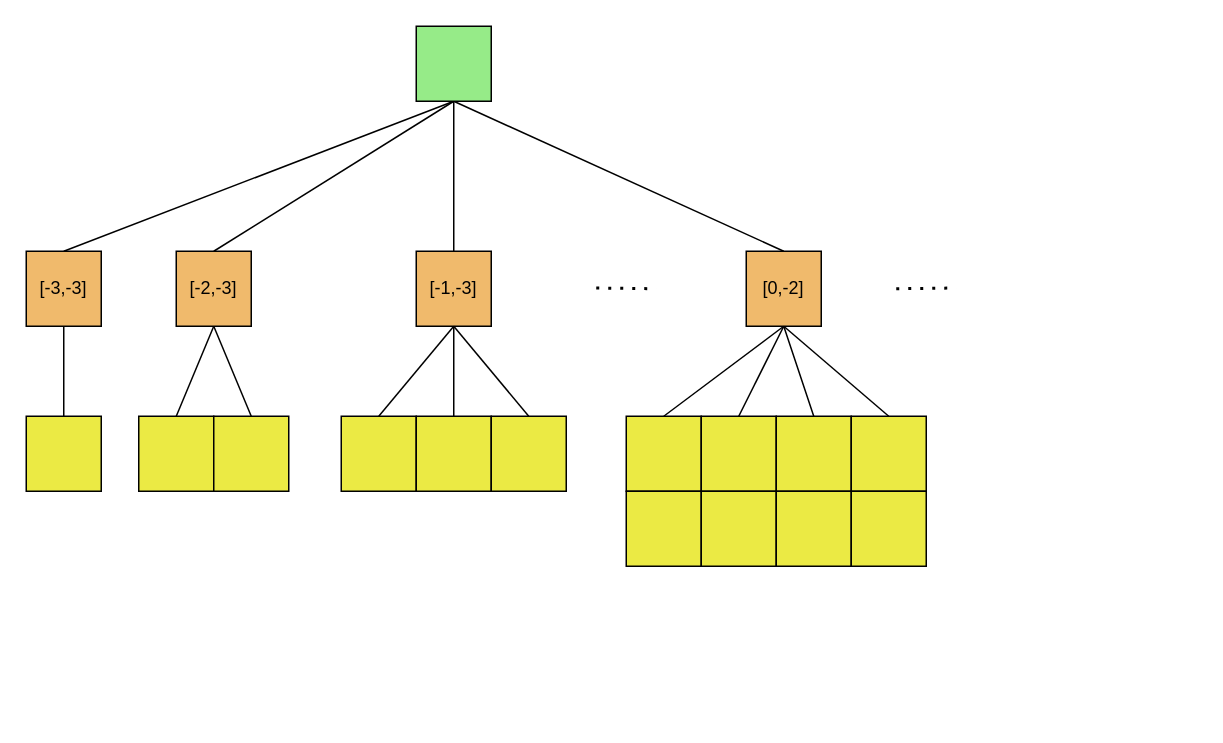
Earlier version of the draw.io diagram page "Tasks" (2 of 27) of en/img/overlap.drawio (MK4H/DPText). Source tidied: cells renumbered, new cells numbered last; positions are measured from the earlier drawing's top-left corner, leaving out a move shared by most shapes. Both pictures are drawn from the tidied source at 150%, with x=0, y=0 at pixel (26, 26).
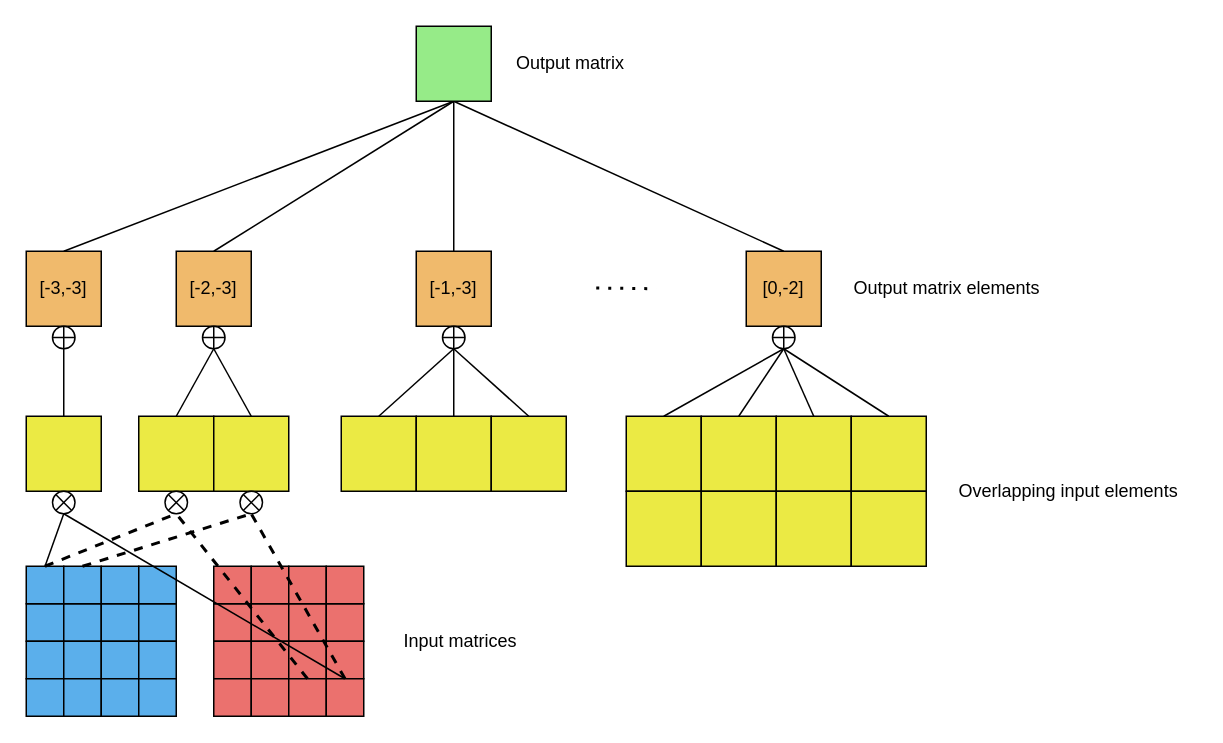
The same diagram, later.

Unchanged cells that the change refers to:
```xml
<mxCell id="2" value="[-3,-3]" style="rounded=0;whiteSpace=wrap;html=1;fillColor=#F0BA6C;" parent="1" vertex="1">
  <mxGeometry y="150" width="50" height="50" as="geometry" />
</mxCell>
<mxCell id="3" value="[-2,-3]" style="rounded=0;whiteSpace=wrap;html=1;fillColor=#F0BA6C;" parent="1" vertex="1">
  <mxGeometry x="100" y="150" width="50" height="50" as="geometry" />
</mxCell>
<mxCell id="4" value="[-1,-3]" style="rounded=0;whiteSpace=wrap;html=1;fillColor=#F0BA6C;" parent="1" vertex="1">
  <mxGeometry x="260" y="150" width="50" height="50" as="geometry" />
</mxCell>
<mxCell id="5" value="[0,-2]" style="rounded=0;whiteSpace=wrap;html=1;fillColor=#F0BA6C;" parent="1" vertex="1">
  <mxGeometry x="480" y="150" width="50" height="50" as="geometry" />
</mxCell>
<mxCell id="6" style="rounded=0;whiteSpace=wrap;html=1;fillColor=#EBEA44;" parent="1" vertex="1">
  <mxGeometry y="260" width="50" height="50" as="geometry" />
</mxCell>
<mxCell id="7" style="rounded=0;whiteSpace=wrap;html=1;fillColor=#EBEA44;" parent="1" vertex="1">
  <mxGeometry x="75" y="260" width="50" height="50" as="geometry" />
</mxCell>
<mxCell id="8" style="rounded=0;whiteSpace=wrap;html=1;fillColor=#EBEA44;" parent="1" vertex="1">
  <mxGeometry x="125" y="260" width="50" height="50" as="geometry" />
</mxCell>
<mxCell id="9" style="rounded=0;whiteSpace=wrap;html=1;fillColor=#EBEA44;" parent="1" vertex="1">
  <mxGeometry x="210" y="260" width="50" height="50" as="geometry" />
</mxCell>
<mxCell id="10" style="rounded=0;whiteSpace=wrap;html=1;fillColor=#EBEA44;" parent="1" vertex="1">
  <mxGeometry x="260" y="260" width="50" height="50" as="geometry" />
</mxCell>
<mxCell id="11" style="rounded=0;whiteSpace=wrap;html=1;fillColor=#EBEA44;" parent="1" vertex="1">
  <mxGeometry x="310" y="260" width="50" height="50" as="geometry" />
</mxCell>
<mxCell id="12" style="rounded=0;whiteSpace=wrap;html=1;fillColor=#EBEA44;" parent="1" vertex="1">
  <mxGeometry x="400" y="260" width="50" height="50" as="geometry" />
</mxCell>
<mxCell id="13" style="rounded=0;whiteSpace=wrap;html=1;fillColor=#EBEA44;" parent="1" vertex="1">
  <mxGeometry x="450" y="260" width="50" height="50" as="geometry" />
</mxCell>
<mxCell id="14" style="rounded=0;whiteSpace=wrap;html=1;fillColor=#EBEA44;" parent="1" vertex="1">
  <mxGeometry x="500" y="260" width="50" height="50" as="geometry" />
</mxCell>
<mxCell id="15" style="rounded=0;whiteSpace=wrap;html=1;fillColor=#EBEA44;" parent="1" vertex="1">
  <mxGeometry x="550" y="260" width="50" height="50" as="geometry" />
</mxCell>
```

Diff of the diagram source:
```diff
@@
-    <mxCell id="24" style="endArrow=none;html=1;rounded=0;exitX=0.5;exitY=0;exitDx=0;exitDy=0;entryX=0.5;entryY=1;entryDx=0;entryDy=0;" parent="1" edge="1" source="6" target="2">
+    <mxCell id="24" style="endArrow=none;html=1;rounded=0;exitX=0.5;exitY=0;exitDx=0;exitDy=0;entryX=0.5;entryY=1;entryDx=0;entryDy=0;" parent="1" edge="1" source="6" target="37">
       <mxGeometry relative="1" as="geometry" />
     </mxCell>
-    <mxCell id="25" style="endArrow=none;html=1;rounded=0;exitX=0.5;exitY=0;exitDx=0;exitDy=0;entryX=0.5;entryY=1;entryDx=0;entryDy=0;" parent="1" edge="1" source="7" target="3">
+    <mxCell id="25" style="endArrow=none;html=1;rounded=0;exitX=0.5;exitY=0;exitDx=0;exitDy=0;entryX=0.5;entryY=1;entryDx=0;entryDy=0;" parent="1" edge="1" source="7" target="38">
       <mxGeometry relative="1" as="geometry" />
     </mxCell>
-    <mxCell id="26" style="endArrow=none;html=1;rounded=0;exitX=0.5;exitY=0;exitDx=0;exitDy=0;entryX=0.5;entryY=1;entryDx=0;entryDy=0;" parent="1" edge="1" source="8" target="3">
+    <mxCell id="26" style="endArrow=none;html=1;rounded=0;exitX=0.5;exitY=0;exitDx=0;exitDy=0;entryX=0.5;entryY=1;entryDx=0;entryDy=0;" parent="1" edge="1" source="8" target="38">
       <mxGeometry relative="1" as="geometry" />
     </mxCell>
-    <mxCell id="27" style="endArrow=none;html=1;rounded=0;exitX=0.5;exitY=0;exitDx=0;exitDy=0;entryX=0.5;entryY=1;entryDx=0;entryDy=0;" parent="1" edge="1" source="9" target="4">
+    <mxCell id="27" style="endArrow=none;html=1;rounded=0;exitX=0.5;exitY=0;exitDx=0;exitDy=0;entryX=0.5;entryY=1;entryDx=0;entryDy=0;" parent="1" edge="1" source="9" target="39">
       <mxGeometry relative="1" as="geometry" />
     </mxCell>
-    <mxCell id="28" style="endArrow=none;html=1;rounded=0;exitX=0.5;exitY=0;exitDx=0;exitDy=0;entryX=0.5;entryY=1;entryDx=0;entryDy=0;" parent="1" edge="1" source="10" target="4">
+    <mxCell id="28" style="endArrow=none;html=1;rounded=0;exitX=0.5;exitY=0;exitDx=0;exitDy=0;entryX=0.5;entryY=1;entryDx=0;entryDy=0;" parent="1" edge="1" source="10" target="39">
       <mxGeometry relative="1" as="geometry" />
     </mxCell>
-    <mxCell id="29" style="endArrow=none;html=1;rounded=0;exitX=0.5;exitY=0;exitDx=0;exitDy=0;entryX=0.5;entryY=1;entryDx=0;entryDy=0;" parent="1" edge="1" source="11" target="4">
+    <mxCell id="29" style="endArrow=none;html=1;rounded=0;exitX=0.5;exitY=0;exitDx=0;exitDy=0;entryX=0.5;entryY=1;entryDx=0;entryDy=0;" parent="1" edge="1" source="11" target="39">
       <mxGeometry relative="1" as="geometry" />
     </mxCell>
-    <mxCell id="30" style="endArrow=none;html=1;rounded=0;exitX=0.5;exitY=0;exitDx=0;exitDy=0;entryX=0.5;entryY=1;entryDx=0;entryDy=0;" parent="1" edge="1" source="12" target="5">
+    <mxCell id="30" style="endArrow=none;html=1;rounded=0;exitX=0.5;exitY=0;exitDx=0;exitDy=0;entryX=0.5;entryY=1;entryDx=0;entryDy=0;" parent="1" edge="1" source="12" target="40">
       <mxGeometry relative="1" as="geometry" />
     </mxCell>
-    <mxCell id="31" style="endArrow=none;html=1;rounded=0;exitX=0.5;exitY=0;exitDx=0;exitDy=0;entryX=0.5;entryY=1;entryDx=0;entryDy=0;" parent="1" edge="1" source="13" target="5">
+    <mxCell id="31" style="endArrow=none;html=1;rounded=0;exitX=0.5;exitY=0;exitDx=0;exitDy=0;entryX=0.5;entryY=1;entryDx=0;entryDy=0;" parent="1" edge="1" source="13" target="40">
       <mxGeometry relative="1" as="geometry" />
     </mxCell>
-    <mxCell id="32" style="endArrow=none;html=1;rounded=0;exitX=0.5;exitY=0;exitDx=0;exitDy=0;entryX=0.5;entryY=1;entryDx=0;entryDy=0;" parent="1" edge="1" source="14" target="5">
+    <mxCell id="32" style="endArrow=none;html=1;rounded=0;exitX=0.5;exitY=0;exitDx=0;exitDy=0;entryX=0.5;entryY=1;entryDx=0;entryDy=0;" parent="1" edge="1" source="14" target="40">
       <mxGeometry relative="1" as="geometry" />
     </mxCell>
-    <mxCell id="33" style="endArrow=none;html=1;rounded=0;exitX=0.5;exitY=0;exitDx=0;exitDy=0;entryX=0.5;entryY=1;entryDx=0;entryDy=0;" parent="1" edge="1" source="15" target="5">
+    <mxCell id="33" style="endArrow=none;html=1;rounded=0;exitX=0.5;exitY=0;exitDx=0;exitDy=0;entryX=0.5;entryY=1;entryDx=0;entryDy=0;" parent="1" edge="1" source="15" target="40">
       <mxGeometry relative="1" as="geometry" />
     </mxCell>
@@
-    <mxCell id="35" style="endArrow=none;dashed=1;html=1;dashPattern=1 3;strokeWidth=2;rounded=0;" parent="1" edge="1">
-      <mxGeometry relative="1" as="geometry">
-        <mxPoint x="580" y="175" as="sourcePoint" />
-        <mxPoint x="620" y="174.5" as="targetPoint" />
-      </mxGeometry>
-    </mxCell>
@@
+    <mxCell id="37" style="shape=orEllipse;perimeter=ellipsePerimeter;whiteSpace=wrap;html=1;backgroundOutline=1;" parent="1" vertex="1">
+      <mxGeometry x="17.5" y="200" width="15" height="15" as="geometry" />
+    </mxCell>
+    <mxCell id="38" style="shape=orEllipse;perimeter=ellipsePerimeter;whiteSpace=wrap;html=1;backgroundOutline=1;" parent="1" vertex="1">
+      <mxGeometry x="117.5" y="200" width="15" height="15" as="geometry" />
+    </mxCell>
+    <mxCell id="39" style="shape=orEllipse;perimeter=ellipsePerimeter;whiteSpace=wrap;html=1;backgroundOutline=1;" parent="1" vertex="1">
+      <mxGeometry x="277.5" y="200" width="15" height="15" as="geometry" />
+    </mxCell>
+    <mxCell id="40" style="shape=orEllipse;perimeter=ellipsePerimeter;whiteSpace=wrap;html=1;backgroundOutline=1;" parent="1" vertex="1">
+      <mxGeometry x="497.5" y="200" width="15" height="15" as="geometry" />
+    </mxCell>
+    <mxCell id="41" style="group;" parent="1" vertex="1">
+      <mxGeometry x="125" y="360" width="100" height="100" as="geometry" />
+    </mxCell>
+    <mxCell id="42" style="rounded=0;whiteSpace=wrap;html=1;fillColor=#EB716E;" parent="41" vertex="1">
+      <mxGeometry y="25" width="25" height="25" as="geometry" />
+    </mxCell>
+    <mxCell id="43" style="rounded=0;whiteSpace=wrap;html=1;fillColor=#EB716E;" parent="41" vertex="1">
+      <mxGeometry x="25" y="25" width="25" height="25" as="geometry" />
+    </mxCell>
+    <mxCell id="44" style="rounded=0;whiteSpace=wrap;html=1;fillColor=#EB716E;" parent="41" vertex="1">
+      <mxGeometry x="50" y="25" width="25" height="25" as="geometry" />
+    </mxCell>
+    <mxCell id="45" style="rounded=0;whiteSpace=wrap;html=1;fillColor=#EB716E;" parent="41" vertex="1">
+      <mxGeometry x="75" y="25" width="25" height="25" as="geometry" />
+    </mxCell>
+    <mxCell id="46" style="rounded=0;whiteSpace=wrap;html=1;fillColor=#EB716E;" parent="41" vertex="1">
+      <mxGeometry y="50" width="25" height="25" as="geometry" />
+    </mxCell>
+    <mxCell id="47" style="rounded=0;whiteSpace=wrap;html=1;fillColor=#EB716E;" parent="41" vertex="1">
+      <mxGeometry x="25" y="50" width="25" height="25" as="geometry" />
+    </mxCell>
+    <mxCell id="48" style="rounded=0;whiteSpace=wrap;html=1;fillColor=#EB716E;" parent="41" vertex="1">
+      <mxGeometry x="50" y="50" width="25" height="25" as="geometry" />
+    </mxCell>
+    <mxCell id="49" style="rounded=0;whiteSpace=wrap;html=1;fillColor=#EB716E;" parent="41" vertex="1">
+      <mxGeometry x="75" y="50" width="25" height="25" as="geometry" />
+    </mxCell>
+    <mxCell id="50" style="rounded=0;whiteSpace=wrap;html=1;fillColor=#EB716E;" parent="41" vertex="1">
+      <mxGeometry y="75" width="25" height="25" as="geometry" />
+    </mxCell>
+    <mxCell id="51" style="rounded=0;whiteSpace=wrap;html=1;fillColor=#EB716E;" parent="41" vertex="1">
+      <mxGeometry x="25" y="75" width="25" height="25" as="geometry" />
+    </mxCell>
+    <mxCell id="52" style="rounded=0;whiteSpace=wrap;html=1;fillColor=#EB716E;" parent="41" vertex="1">
+      <mxGeometry x="50" y="75" width="25" height="25" as="geometry" />
+    </mxCell>
+    <mxCell id="53" style="rounded=0;whiteSpace=wrap;html=1;fillColor=#EB716E;" parent="41" vertex="1">
+      <mxGeometry width="25" height="25" as="geometry" />
+    </mxCell>
+    <mxCell id="54" style="rounded=0;whiteSpace=wrap;html=1;fillColor=#EB716E;" parent="41" vertex="1">
+      <mxGeometry x="25" width="25" height="25" as="geometry" />
+    </mxCell>
+    <mxCell id="55" style="rounded=0;whiteSpace=wrap;html=1;fillColor=#EB716E;" parent="41" vertex="1">
+      <mxGeometry x="50" width="25" height="25" as="geometry" />
+    </mxCell>
+    <mxCell id="56" style="rounded=0;whiteSpace=wrap;html=1;fillColor=#EB716E;" parent="41" vertex="1">
+      <mxGeometry x="75" width="25" height="25" as="geometry" />
+    </mxCell>
+    <mxCell id="57" style="rounded=0;whiteSpace=wrap;html=1;fillColor=#EB716E;" parent="41" vertex="1">
+      <mxGeometry x="75" y="75" width="25" height="25" as="geometry" />
+    </mxCell>
+    <mxCell id="58" style="rounded=0;whiteSpace=wrap;html=1;fillColor=#5BAFEB;" parent="1" vertex="1">
+      <mxGeometry y="385" width="25" height="25" as="geometry" />
+    </mxCell>
+    <mxCell id="59" style="rounded=0;whiteSpace=wrap;html=1;fillColor=#5BAFEB;" parent="1" vertex="1">
+      <mxGeometry x="25" y="385" width="25" height="25" as="geometry" />
+    </mxCell>
+    <mxCell id="60" style="rounded=0;whiteSpace=wrap;html=1;fillColor=#5BAFEB;" parent="1" vertex="1">
+      <mxGeometry x="50" y="385" width="25" height="25" as="geometry" />
+    </mxCell>
+    <mxCell id="61" style="rounded=0;whiteSpace=wrap;html=1;fillColor=#5BAFEB;" parent="1" vertex="1">
+      <mxGeometry x="75" y="385" width="25" height="25" as="geometry" />
+    </mxCell>
+    <mxCell id="62" style="rounded=0;whiteSpace=wrap;html=1;fillColor=#5BAFEB;" parent="1" vertex="1">
+      <mxGeometry y="360" width="25" height="25" as="geometry" />
+    </mxCell>
+    <mxCell id="63" style="rounded=0;whiteSpace=wrap;html=1;fillColor=#5BAFEB;" parent="1" vertex="1">
+      <mxGeometry x="25" y="360" width="25" height="25" as="geometry" />
+    </mxCell>
+    <mxCell id="64" style="rounded=0;whiteSpace=wrap;html=1;fillColor=#5BAFEB;" parent="1" vertex="1">
+      <mxGeometry x="50" y="360" width="25" height="25" as="geometry" />
+    </mxCell>
+    <mxCell id="65" style="rounded=0;whiteSpace=wrap;html=1;fillColor=#5BAFEB;" parent="1" vertex="1">
+      <mxGeometry x="75" y="360" width="25" height="25" as="geometry" />
+    </mxCell>
+    <mxCell id="66" style="rounded=0;whiteSpace=wrap;html=1;fillColor=#5BAFEB;" parent="1" vertex="1">
+      <mxGeometry y="410" width="25" height="25" as="geometry" />
+    </mxCell>
+    <mxCell id="67" style="rounded=0;whiteSpace=wrap;html=1;fillColor=#5BAFEB;" parent="1" vertex="1">
+      <mxGeometry x="25" y="410" width="25" height="25" as="geometry" />
+    </mxCell>
+    <mxCell id="68" style="rounded=0;whiteSpace=wrap;html=1;fillColor=#5BAFEB;" parent="1" vertex="1">
+      <mxGeometry x="50" y="410" width="25" height="25" as="geometry" />
+    </mxCell>
+    <mxCell id="69" style="rounded=0;whiteSpace=wrap;html=1;fillColor=#5BAFEB;" parent="1" vertex="1">
+      <mxGeometry x="75" y="410" width="25" height="25" as="geometry" />
+    </mxCell>
+    <mxCell id="70" style="rounded=0;whiteSpace=wrap;html=1;fillColor=#5BAFEB;" parent="1" vertex="1">
+      <mxGeometry y="435" width="25" height="25" as="geometry" />
+    </mxCell>
+    <mxCell id="71" style="rounded=0;whiteSpace=wrap;html=1;fillColor=#5BAFEB;" parent="1" vertex="1">
+      <mxGeometry x="25" y="435" width="25" height="25" as="geometry" />
+    </mxCell>
+    <mxCell id="72" style="rounded=0;whiteSpace=wrap;html=1;fillColor=#5BAFEB;" parent="1" vertex="1">
+      <mxGeometry x="50" y="435" width="25" height="25" as="geometry" />
+    </mxCell>
+    <mxCell id="73" style="rounded=0;whiteSpace=wrap;html=1;fillColor=#5BAFEB;" parent="1" vertex="1">
+      <mxGeometry x="75" y="435" width="25" height="25" as="geometry" />
+    </mxCell>
+    <mxCell id="74" style="endArrow=none;html=1;rounded=0;exitX=0.5;exitY=0;exitDx=0;exitDy=0;strokeColor=#000000;entryX=0.5;entryY=1;entryDx=0;entryDy=0;endFill=0;strokeWidth=1;" parent="1" edge="1" source="62" target="80">
+      <mxGeometry relative="1" as="geometry" />
+    </mxCell>
+    <mxCell id="75" style="endArrow=none;html=1;rounded=0;exitX=0.5;exitY=0;exitDx=0;exitDy=0;strokeColor=#000000;entryX=0.5;entryY=1;entryDx=0;entryDy=0;endFill=0;strokeWidth=1;" parent="1" edge="1" source="57" target="80">
+      <mxGeometry relative="1" as="geometry" />
+    </mxCell>
+    <mxCell id="76" style="endArrow=none;html=1;rounded=0;entryX=0.5;entryY=1;entryDx=0;entryDy=0;exitX=0.5;exitY=0;exitDx=0;exitDy=0;dashed=1;endFill=0;startArrow=none;" parent="1" edge="1" source="82" target="7">
+      <mxGeometry relative="1" as="geometry" />
+    </mxCell>
+    <mxCell id="77" style="endArrow=none;html=1;rounded=0;entryX=0.5;entryY=1;entryDx=0;entryDy=0;exitX=0.5;exitY=1;exitDx=0;exitDy=0;dashed=1;endFill=0;startArrow=none;" parent="1" edge="1" source="85" target="8">
+      <mxGeometry relative="1" as="geometry" />
+    </mxCell>
+    <mxCell id="78" style="endArrow=none;html=1;rounded=0;entryX=0.5;entryY=1;entryDx=0;entryDy=0;exitX=0.5;exitY=0;exitDx=0;exitDy=0;dashed=1;endFill=0;startArrow=none;" parent="1" edge="1" source="82" target="7">
+      <mxGeometry relative="1" as="geometry" />
+    </mxCell>
+    <mxCell id="79" style="endArrow=none;html=1;rounded=0;entryX=0.5;entryY=1;entryDx=0;entryDy=0;exitX=0.5;exitY=0;exitDx=0;exitDy=0;dashed=1;endFill=0;startArrow=none;" parent="1" edge="1" source="85" target="8">
+      <mxGeometry relative="1" as="geometry" />
+    </mxCell>
+    <mxCell id="80" style="shape=sumEllipse;perimeter=ellipsePerimeter;whiteSpace=wrap;html=1;backgroundOutline=1;fillColor=#FFFFFF;" parent="1" vertex="1">
+      <mxGeometry x="17.5" y="310" width="15" height="15" as="geometry" />
+    </mxCell>
+    <mxCell id="81" style="endArrow=none;html=1;rounded=0;entryX=0.5;entryY=1;entryDx=0;entryDy=0;exitX=0.5;exitY=0;exitDx=0;exitDy=0;dashed=1;endFill=0;strokeWidth=2;" parent="1" edge="1" source="52" target="82">
+      <mxGeometry relative="1" as="geometry" />
+    </mxCell>
+    <mxCell id="82" style="shape=sumEllipse;perimeter=ellipsePerimeter;whiteSpace=wrap;html=1;backgroundOutline=1;fillColor=#FFFFFF;" parent="1" vertex="1">
+      <mxGeometry x="92.5" y="310" width="15" height="15" as="geometry" />
+    </mxCell>
+    <mxCell id="83" style="endArrow=none;html=1;rounded=0;entryX=0.5;entryY=1;entryDx=0;entryDy=0;exitX=0.5;exitY=0;exitDx=0;exitDy=0;dashed=1;endFill=0;strokeWidth=2;" parent="1" edge="1" source="62" target="82">
+      <mxGeometry relative="1" as="geometry" />
+    </mxCell>
+    <mxCell id="84" style="endArrow=none;html=1;rounded=0;entryX=0.5;entryY=1;entryDx=0;entryDy=0;exitX=0.5;exitY=1;exitDx=0;exitDy=0;dashed=1;endFill=0;strokeWidth=2;" parent="1" edge="1" source="49" target="85">
+      <mxGeometry relative="1" as="geometry" />
+    </mxCell>
+    <mxCell id="85" style="shape=sumEllipse;perimeter=ellipsePerimeter;whiteSpace=wrap;html=1;backgroundOutline=1;fillColor=#FFFFFF;" parent="1" vertex="1">
+      <mxGeometry x="142.5" y="310" width="15" height="15" as="geometry" />
+    </mxCell>
+    <mxCell id="86" style="endArrow=none;html=1;rounded=0;entryX=0.5;entryY=1;entryDx=0;entryDy=0;exitX=0.5;exitY=0;exitDx=0;exitDy=0;dashed=1;endFill=0;strokeWidth=2;" parent="1" edge="1" source="63" target="85">
+      <mxGeometry relative="1" as="geometry" />
+    </mxCell>
+    <mxCell id="87" value="Output matrix" style="text;html=1;align=left;verticalAlign=middle;strokeColor=none;fillColor=none;" parent="1" vertex="1">
+      <mxGeometry x="325" y="15" width="90" height="20" as="geometry" />
+    </mxCell>
+    <mxCell id="88" value="Output matrix elements" style="text;html=1;align=left;verticalAlign=middle;strokeColor=none;fillColor=none;" parent="1" vertex="1">
+      <mxGeometry x="550" y="165" width="140" height="20" as="geometry" />
+    </mxCell>
+    <mxCell id="89" value="Overlapping input elements" style="text;html=1;align=left;verticalAlign=middle;strokeColor=none;fillColor=none;" parent="1" vertex="1">
+      <mxGeometry x="620" y="300" width="160" height="20" as="geometry" />
+    </mxCell>
+    <mxCell id="90" value="Input matrices" style="text;html=1;align=left;verticalAlign=middle;strokeColor=none;fillColor=none;" parent="1" vertex="1">
+      <mxGeometry x="250" y="400" width="90" height="20" as="geometry" />
+    </mxCell>
```
